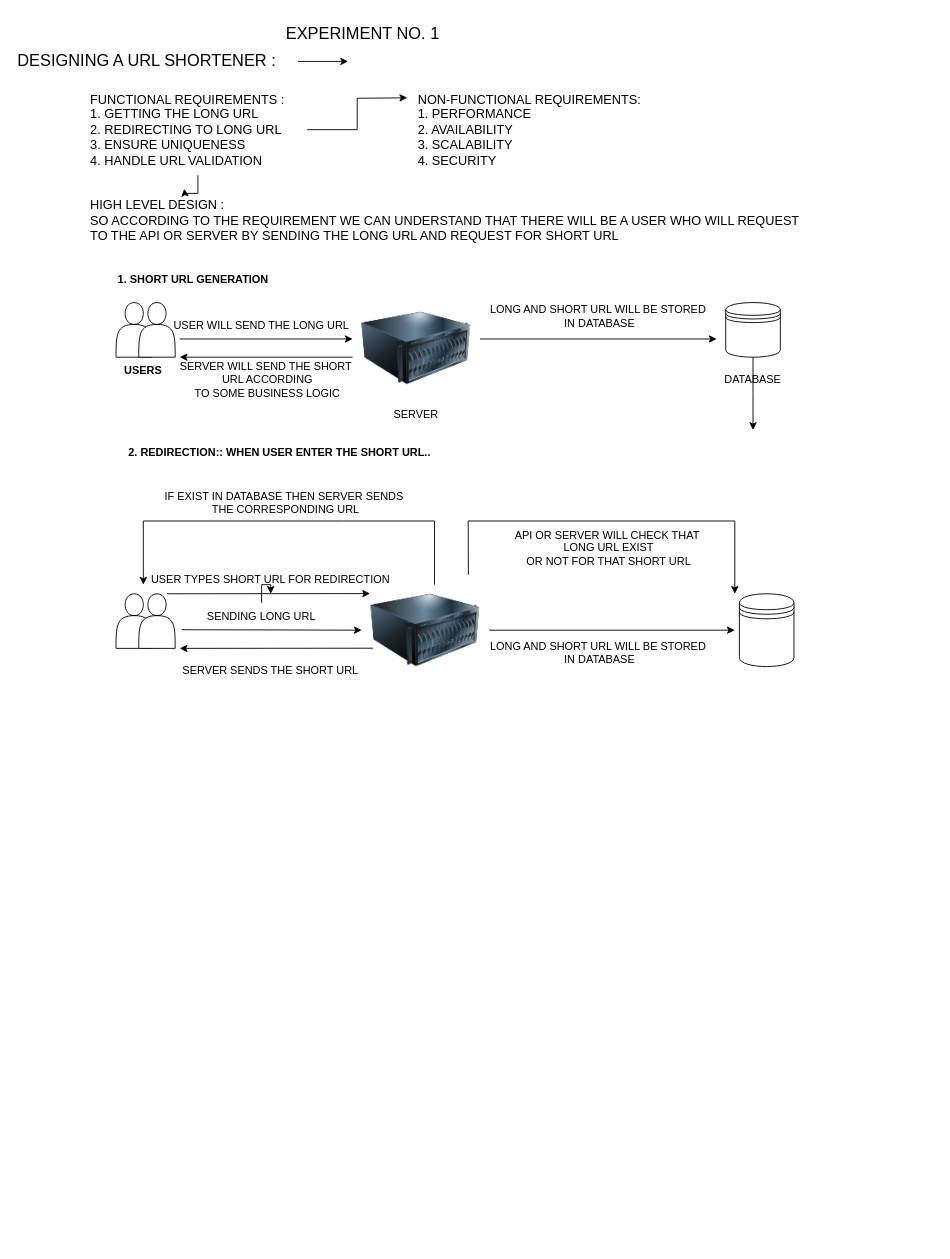
Earlier version of the draw.io diagram 23BCS13048_Experiment 1.drawio (ShishankVashisth/SD_23BCS13048_Shishank_KRG2-B). Source tidied: cells renumbered, new cells numbered last; positions are measured from the earlier drawing's top-left corner, leaving out a move shared by most shapes. Both pictures are drawn from the tidied source at 91%, with x=0, y=0 at pixel (15, 15).
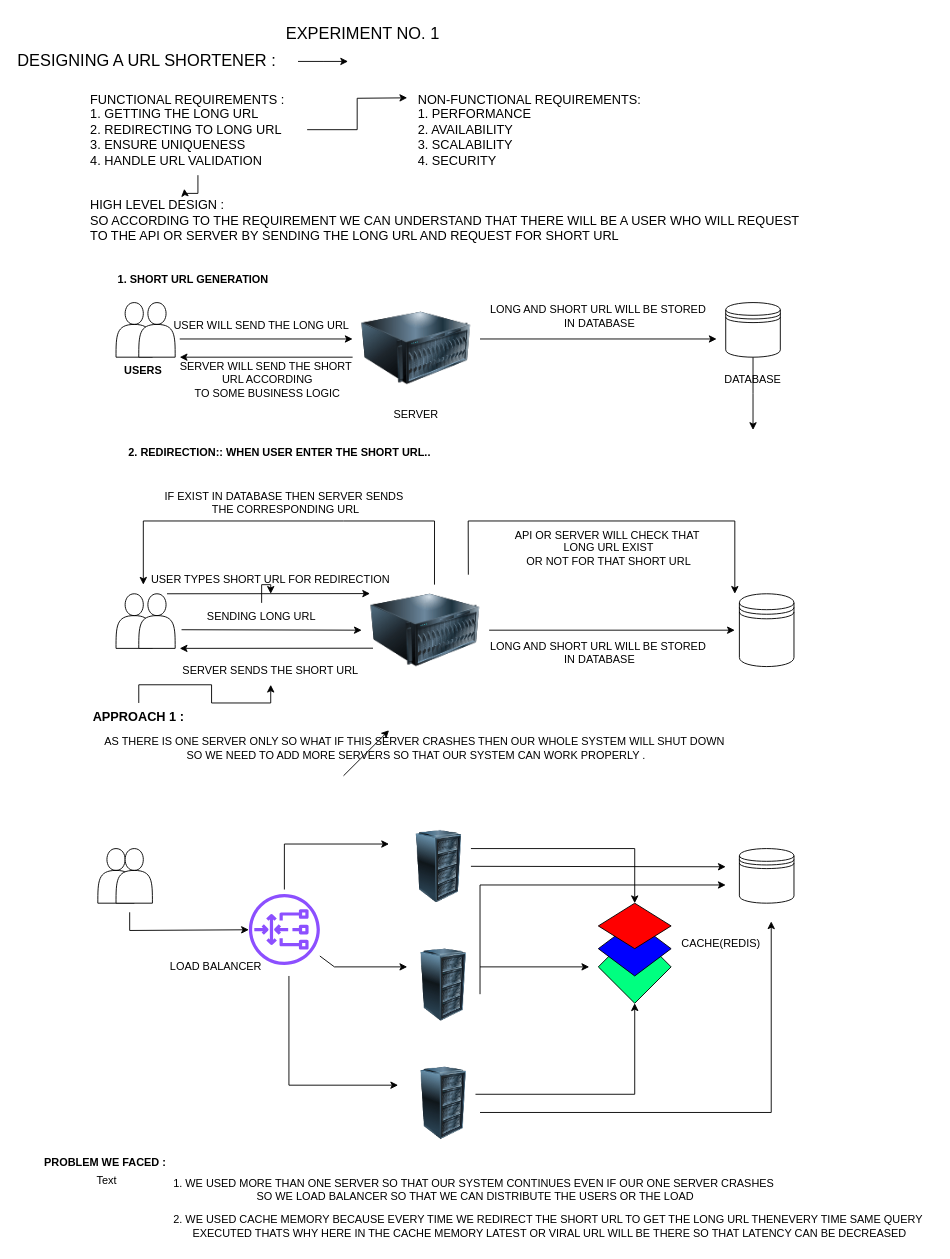
Above is the later version.

Commit message:
Updated URL shortener architecture with load balancer and Redis

The change refers to these unchanged cells:
```xml
<mxCell id="38" value="&lt;font style=&quot;color: light-dark(rgb(0, 0, 0), rgb(0, 0, 0));&quot;&gt;SERVER SENDS THE SHORT URL&lt;/font&gt;" style="text;html=1;whiteSpace=wrap;strokeColor=none;fillColor=none;align=center;verticalAlign=middle;rounded=0;" parent="1" vertex="1">
  <mxGeometry x="170" y="705" width="220" height="30" as="geometry" />
</mxCell>
```

Change to the diagram source:
```diff
@@
+    <mxCell id="43" style="edgeStyle=orthogonalEdgeStyle;rounded=0;jettySize=auto;html=1;" parent="1" edge="1" source="44" target="38">
+      <mxGeometry relative="1" as="geometry" />
+    </mxCell>
+    <mxCell id="44" value="&lt;font style=&quot;color: rgb(0, 0, 0); font-size: 14px;&quot;&gt;&lt;b&gt;APPROACH 1 :&lt;/b&gt;&lt;/font&gt;" style="text;html=1;whiteSpace=wrap;strokeColor=none;fillColor=none;align=center;verticalAlign=middle;rounded=0;" parent="1" vertex="1">
+      <mxGeometry x="75" y="755" width="120" height="30" as="geometry" />
+    </mxCell>
+    <mxCell id="45" value="&lt;font style=&quot;color: rgb(0, 0, 0);&quot;&gt;AS THERE IS ONE SERVER ONLY SO WHAT IF THIS SERVER CRASHES THEN OUR WHOLE SYSTEM WILL SHUT DOWN&amp;nbsp;&lt;/font&gt;&lt;div&gt;&lt;font style=&quot;color: rgb(0, 0, 0);&quot;&gt;SO WE NEED TO ADD MORE SERVERS SO THAT OUR SYSTEM CAN WORK PROPERLY .&lt;/font&gt;&lt;/div&gt;" style="text;html=1;whiteSpace=wrap;strokeColor=none;fillColor=none;align=center;verticalAlign=middle;rounded=0;" parent="1" vertex="1">
+      <mxGeometry x="85" y="785" width="710" height="40" as="geometry" />
+    </mxCell>
+    <mxCell id="46" style="shape=actor;whiteSpace=wrap;html=1;" parent="1" vertex="1">
+      <mxGeometry x="90" y="915" width="40" height="60" as="geometry" />
+    </mxCell>
+    <mxCell id="47" style="shape=actor;whiteSpace=wrap;html=1;" parent="1" vertex="1">
+      <mxGeometry x="110" y="915" width="40" height="60" as="geometry" />
+    </mxCell>
+    <mxCell id="48" style="shape=datastore;whiteSpace=wrap;html=1;" parent="1" vertex="1">
+      <mxGeometry x="795" y="915" width="60" height="60" as="geometry" />
+    </mxCell>
+    <mxCell id="49" style="image;html=1;image=img/lib/clip_art/computers/Server_Rack_128x128.png;" parent="1" vertex="1">
+      <mxGeometry x="425" y="895" width="80" height="80" as="geometry" />
+    </mxCell>
+    <mxCell id="50" style="image;html=1;image=img/lib/clip_art/computers/Server_Rack_128x128.png;" parent="1" vertex="1">
+      <mxGeometry x="430" y="1025" width="80" height="80" as="geometry" />
+    </mxCell>
+    <mxCell id="51" style="image;html=1;image=img/lib/clip_art/computers/Server_Rack_128x128.png;" parent="1" vertex="1">
+      <mxGeometry x="430" y="1155" width="80" height="80" as="geometry" />
+    </mxCell>
+    <mxCell id="52" value="Text" style="text;html=1;whiteSpace=wrap;strokeColor=none;fillColor=none;align=center;verticalAlign=middle;rounded=0;" parent="1" vertex="1">
+      <mxGeometry x="75" y="1265" width="50" height="30" as="geometry" />
+    </mxCell>
+    <mxCell id="53" style="sketch=0;outlineConnect=0;fontColor=#232F3E;gradientColor=none;fillColor=#8C4FFF;strokeColor=none;dashed=0;verticalLabelPosition=bottom;verticalAlign=top;align=center;html=1;fontSize=12;fontStyle=0;shape=mxgraph.aws4.gateway_load_balancer;" parent="1" vertex="1">
+      <mxGeometry x="256" y="965" width="78" height="78" as="geometry" />
+    </mxCell>
+    <mxCell id="54" style="endArrow=classic;html=1;rounded=0;strokeColor=#000000;" parent="1" edge="1" target="53">
+      <mxGeometry relative="1" as="geometry">
+        <mxPoint x="125" y="985" as="sourcePoint" />
+        <Array as="points">
+          <mxPoint x="125" y="1005" />
+        </Array>
+      </mxGeometry>
+    </mxCell>
+    <mxCell id="55" style="endArrow=classic;html=1;rounded=0;" parent="1" edge="1">
+      <mxGeometry relative="1" as="geometry">
+        <mxPoint x="360" y="835" as="sourcePoint" />
+        <mxPoint x="410" y="785" as="targetPoint" />
+      </mxGeometry>
+    </mxCell>
+    <mxCell id="56" style="endArrow=classic;html=1;rounded=0;strokeColor=#000000;" parent="1" edge="1">
+      <mxGeometry relative="1" as="geometry">
+        <mxPoint x="295" y="960" as="sourcePoint" />
+        <mxPoint x="410" y="910" as="targetPoint" />
+        <Array as="points">
+          <mxPoint x="295" y="910" />
+        </Array>
+      </mxGeometry>
+    </mxCell>
+    <mxCell id="57" style="endArrow=classic;html=1;rounded=0;entryX=0;entryY=0.25;entryDx=0;entryDy=0;strokeColor=#000000;" parent="1" edge="1" source="53" target="50">
+      <mxGeometry relative="1" as="geometry">
+        <Array as="points">
+          <mxPoint x="350" y="1045" />
+        </Array>
+      </mxGeometry>
+    </mxCell>
+    <mxCell id="58" style="endArrow=classic;html=1;rounded=0;strokeColor=#000000;" parent="1" edge="1">
+      <mxGeometry relative="1" as="geometry">
+        <mxPoint x="300" y="1055" as="sourcePoint" />
+        <mxPoint x="420" y="1175" as="targetPoint" />
+        <Array as="points">
+          <mxPoint x="300" y="1175" />
+        </Array>
+      </mxGeometry>
+    </mxCell>
+    <mxCell id="59" style="rhombus;whiteSpace=wrap;html=1;fillColor=#00FF80;" parent="1" vertex="1">
+      <mxGeometry x="640" y="1005" width="80" height="80" as="geometry" />
+    </mxCell>
+    <mxCell id="60" style="rhombus;whiteSpace=wrap;html=1;fillColor=#0000FF;" parent="1" vertex="1">
+      <mxGeometry x="640" y="995" width="80" height="60" as="geometry" />
+    </mxCell>
+    <mxCell id="61" style="rhombus;whiteSpace=wrap;html=1;strokeColor=#000000;shadow=0;fillColor=#FF0000;" parent="1" vertex="1">
+      <mxGeometry x="640" y="975" width="80" height="50" as="geometry" />
+    </mxCell>
+    <mxCell id="62" style="endArrow=classic;html=1;rounded=0;strokeColor=#000000;" parent="1" edge="1" target="61">
+      <mxGeometry relative="1" as="geometry">
+        <mxPoint x="500" y="915" as="sourcePoint" />
+        <Array as="points">
+          <mxPoint x="680" y="915" />
+        </Array>
+      </mxGeometry>
+    </mxCell>
+    <mxCell id="63" style="endArrow=classic;html=1;rounded=0;exitX=1;exitY=0.25;exitDx=0;exitDy=0;strokeColor=#000000;" parent="1" edge="1" source="50">
+      <mxGeometry relative="1" as="geometry">
+        <mxPoint x="630" y="1045" as="targetPoint" />
+      </mxGeometry>
+    </mxCell>
+    <mxCell id="64" style="endArrow=classic;html=1;rounded=0;strokeColor=#000000;" parent="1" edge="1" target="59">
+      <mxGeometry relative="1" as="geometry">
+        <mxPoint x="505" y="1185" as="sourcePoint" />
+        <Array as="points">
+          <mxPoint x="680" y="1185" />
+        </Array>
+      </mxGeometry>
+    </mxCell>
+    <mxCell id="65" style="endArrow=classic;html=1;rounded=0;exitX=1;exitY=0.25;exitDx=0;exitDy=0;strokeColor=#000000;" parent="1" edge="1">
+      <mxGeometry relative="1" as="geometry">
+        <mxPoint x="500" y="934.5" as="sourcePoint" />
+        <mxPoint x="780" y="935" as="targetPoint" />
+      </mxGeometry>
+    </mxCell>
+    <mxCell id="66" style="endArrow=classic;html=1;rounded=0;exitX=1;exitY=0.25;exitDx=0;exitDy=0;strokeColor=#000000;" parent="1" edge="1">
+      <mxGeometry relative="1" as="geometry">
+        <mxPoint x="510" y="1075" as="sourcePoint" />
+        <mxPoint x="780" y="955" as="targetPoint" />
+        <Array as="points">
+          <mxPoint x="510" y="955" />
+        </Array>
+      </mxGeometry>
+    </mxCell>
+    <mxCell id="67" style="endArrow=classic;html=1;rounded=0;exitX=1;exitY=0.25;exitDx=0;exitDy=0;strokeColor=#000000;" parent="1" edge="1">
+      <mxGeometry relative="1" as="geometry">
+        <mxPoint x="510" y="1205" as="sourcePoint" />
+        <mxPoint x="830" y="995" as="targetPoint" />
+        <Array as="points">
+          <mxPoint x="830" y="1205" />
+        </Array>
+      </mxGeometry>
+    </mxCell>
+    <mxCell id="68" value="&lt;font style=&quot;color: rgb(0, 0, 0);&quot;&gt;LOAD BALANCER&lt;/font&gt;" style="text;html=1;whiteSpace=wrap;strokeColor=none;fillColor=none;align=center;verticalAlign=middle;rounded=0;" parent="1" vertex="1">
+      <mxGeometry x="160" y="1030" width="120" height="30" as="geometry" />
+    </mxCell>
+    <mxCell id="69" value="&lt;font style=&quot;color: rgb(0, 0, 0);&quot;&gt;CACHE(REDIS)&lt;/font&gt;" style="text;html=1;whiteSpace=wrap;strokeColor=none;fillColor=none;align=center;verticalAlign=middle;rounded=0;" parent="1" vertex="1">
+      <mxGeometry x="720" y="1005" width="110" height="30" as="geometry" />
+    </mxCell>
+    <mxCell id="70" value="&lt;font style=&quot;color: rgb(0, 0, 0);&quot;&gt;&lt;b&gt;PROBLEM WE FACED :&amp;nbsp;&lt;/b&gt;&lt;/font&gt;" style="text;html=1;whiteSpace=wrap;strokeColor=none;fillColor=none;align=center;verticalAlign=middle;rounded=0;" parent="1" vertex="1">
+      <mxGeometry x="20" y="1245" width="160" height="30" as="geometry" />
+    </mxCell>
+    <mxCell id="71" value="&lt;font style=&quot;color: rgb(0, 0, 0);&quot;&gt;1. WE USED MORE THAN ONE SERVER SO THAT OUR SYSTEM CONTINUES EVEN IF OUR ONE SERVER CRASHES&amp;nbsp;&lt;/font&gt;&lt;div&gt;&lt;font style=&quot;color: rgb(0, 0, 0);&quot;&gt;SO WE LOAD BALANCER SO THAT WE CAN DISTRIBUTE THE USERS OR THE LOAD&lt;/font&gt;&lt;/div&gt;" style="text;html=1;whiteSpace=wrap;strokeColor=none;fillColor=none;align=center;verticalAlign=middle;rounded=0;" parent="1" vertex="1">
+      <mxGeometry x="160" y="1270" width="690" height="40" as="geometry" />
+    </mxCell>
+    <mxCell id="72" value="&lt;font style=&quot;color: rgb(0, 0, 0);&quot;&gt;2. WE USED CACHE MEMORY BECAUSE EVERY TIME WE REDIRECT THE SHORT URL TO GET THE LONG URL THEN&lt;/font&gt;&lt;span style=&quot;color: rgb(0, 0, 0); background-color: transparent;&quot;&gt;EVERY TIME SAME QUERY&lt;/span&gt;&lt;div&gt;&lt;span style=&quot;color: rgb(0, 0, 0); background-color: transparent;&quot;&gt;&amp;nbsp;EXECUTED THATS WHY HERE IN THE CACHE MEMORY LATEST OR VIRAL URL WILL BE THERE SO THAT LATENCY CAN BE DECREASED&lt;/span&gt;&lt;/div&gt;" style="text;html=1;whiteSpace=wrap;strokeColor=none;fillColor=none;align=center;verticalAlign=middle;rounded=0;" parent="1" vertex="1">
+      <mxGeometry x="160" y="1310" width="850" height="40" as="geometry" />
+    </mxCell>
```
